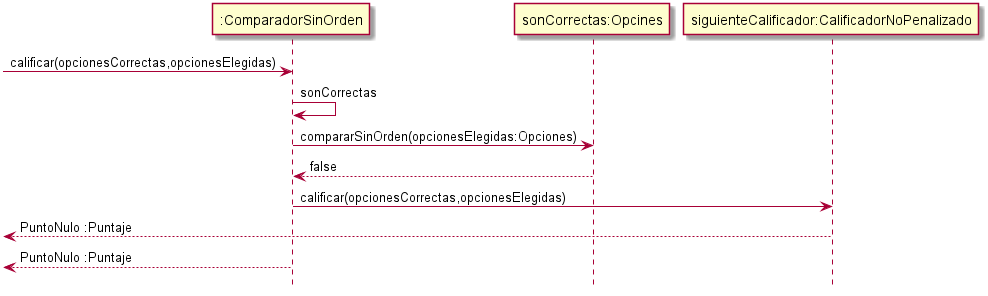
Above: src/main/java/edu/fiuba/algo3/Diagramas/png/DS/DSCalificadorCaso2.png in Alex1161/TP2 (PlantUML), before the change.
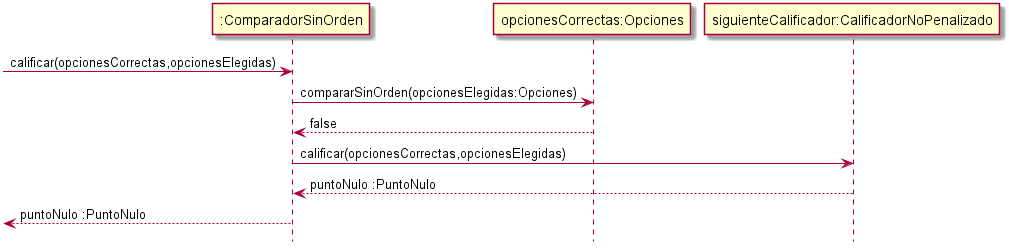
After the change.

The edit, as a diff of the source:
```diff
@@ -1,12 +1,10 @@
 @startuml
 hide footbox
 [->":ComparadorSinOrden":calificar(opcionesCorrectas,opcionesElegidas)
-":ComparadorSinOrden"->":ComparadorSinOrden":sonCorrectas
-":ComparadorSinOrden"->"sonCorrectas:Opcines":compararSinOrden(opcionesElegidas:Opciones)
-"sonCorrectas:Opcines"-->":ComparadorSinOrden": false
+":ComparadorSinOrden"->"opcionesCorrectas:Opciones":compararSinOrden(opcionesElegidas:Opciones)
+"opcionesCorrectas:Opciones"-->":ComparadorSinOrden": false
 ":ComparadorSinOrden"->"siguienteCalificador:CalificadorNoPenalizado":calificar(opcionesCorrectas,opcionesElegidas)
 
-[<--"siguienteCalificador:CalificadorNoPenalizado": PuntoNulo :Puntaje
-[<--":ComparadorSinOrden": PuntoNulo :Puntaje
-
+"siguienteCalificador:CalificadorNoPenalizado" --> ":ComparadorSinOrden": puntoNulo :PuntoNulo
+[<--":ComparadorSinOrden": puntoNulo :PuntoNulo
 @enduml
```
